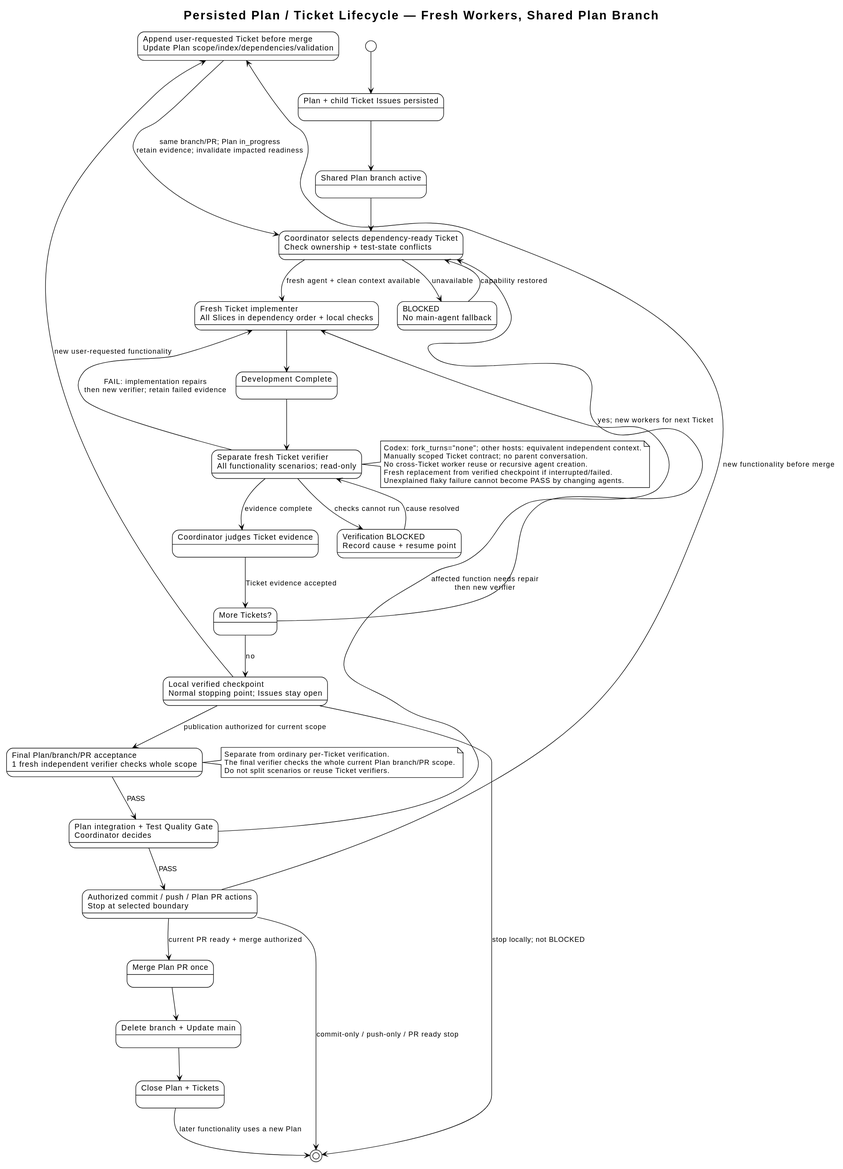
Above: docs/architecture/diagrams/ticket-lifecycle.svg in i-zrhe2016/codex-development-workflow (PlantUML), before the change.
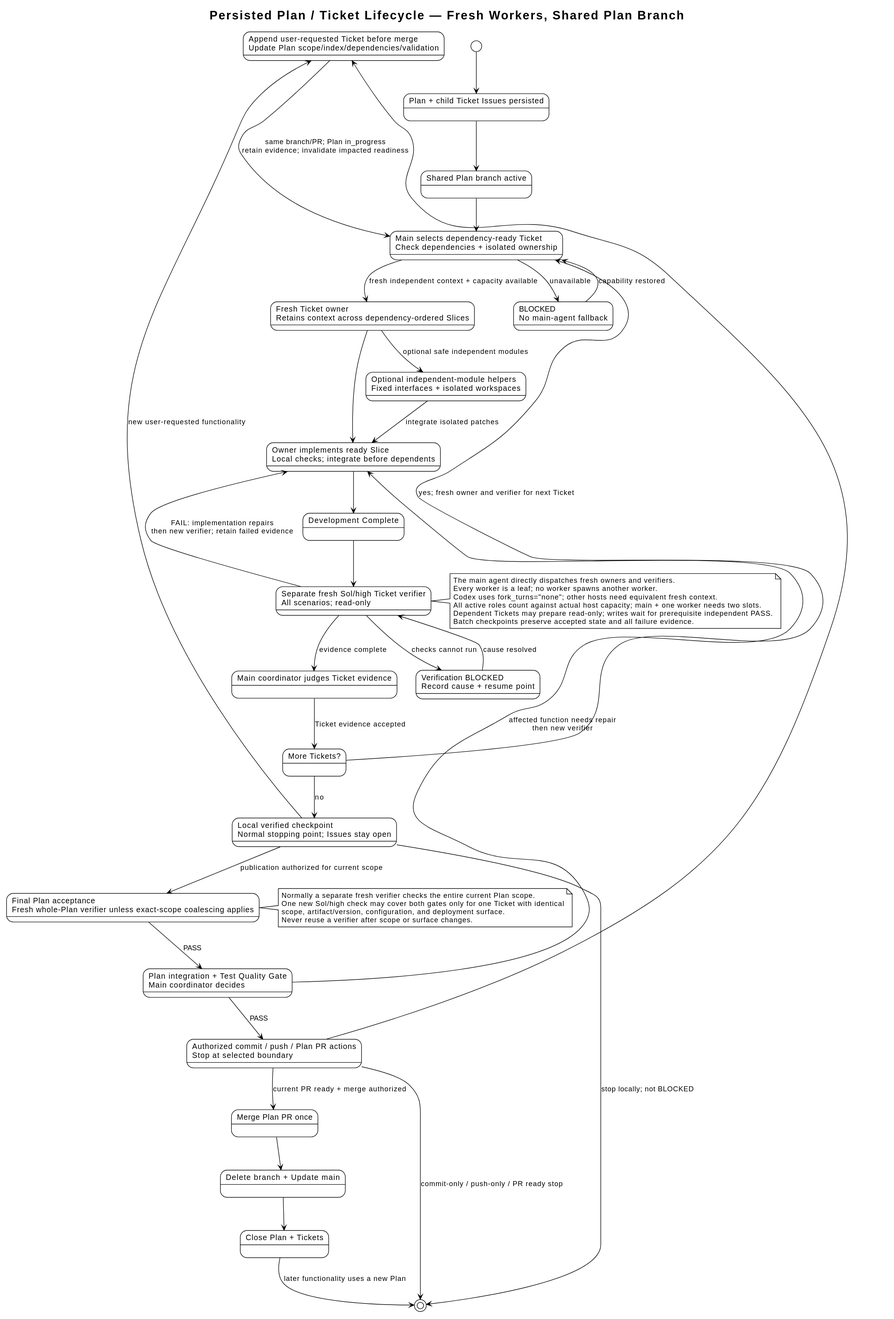
The same file after the commit.

The edit, as a diff of the source:
```diff
@@ -8,16 +8,18 @@
 
 state "Plan + child Ticket Issues persisted" as persisted
 state "Shared Plan branch active" as branch
-state "Coordinator selects dependency-ready Ticket\nCheck ownership + test-state conflicts" as select
-state "Fresh Ticket implementer\nAll Slices in dependency order + local checks" as implement
+state "Main selects dependency-ready Ticket\nCheck dependencies + isolated ownership" as select
+state "Fresh Ticket owner\nRetains context across dependency-ordered Slices" as ticket_owner
+state "Owner implements ready Slice\nLocal checks; integrate before dependents" as implement
+state "Optional independent-module helpers\nFixed interfaces + isolated workspaces" as module_helpers
 state "Development Complete" as developed
-state "Separate fresh Ticket verifier\nAll functionality scenarios; read-only" as verify
-state "Coordinator judges Ticket evidence" as accepted
+state "Separate fresh Sol/high Ticket verifier\nAll scenarios; read-only" as verify
+state "Main coordinator judges Ticket evidence" as accepted
 state "More Tickets?" as more
 state "Local verified checkpoint\nNormal stopping point; Issues stay open" as local
 state "Append user-requested Ticket before merge\nUpdate Plan scope/index/dependencies/validation" as expand
-state "Final Plan/branch/PR acceptance\n1 fresh independent verifier checks whole scope" as final_verify
-state "Plan integration + Test Quality Gate\nCoordinator decides" as gate
+state "Final Plan acceptance\nFresh whole-Plan verifier unless exact-scope coalescing applies" as final_verify
+state "Plan integration + Test Quality Gate\nMain coordinator decides" as gate
 state "Authorized commit / push / Plan PR actions\nStop at selected boundary" as publish
 state "Merge Plan PR once" as merge
 state "Delete branch + Update main" as cleanup
@@ -28,9 +30,12 @@
 [*] --> persisted
 persisted -down-> branch
 branch -down-> select
-select -down-> implement : fresh agent + clean context available
+select -down-> ticket_owner : fresh independent context + capacity available
 select --> blocked : unavailable
 blocked -[norank]-> select : capability restored
+ticket_owner -down-> implement
+ticket_owner --> module_helpers : optional safe independent modules
+module_helpers --> implement : integrate isolated patches
 implement -down-> developed
 developed -down-> verify
 verify --> verify_blocked : checks cannot run
@@ -38,11 +43,11 @@
 verify -down-> accepted : evidence complete
 verify -[norank]-> implement : FAIL: implementation repairs\nthen new verifier; retain failed evidence
 accepted -down-> more : Ticket evidence accepted
-more -[norank]-> select : yes; new workers for next Ticket
+more -[norank]-> select : yes; fresh owner and verifier for next Ticket
 more -down-> local : no
 local --> [*] : stop locally; not BLOCKED
 local -[norank]-> expand : new user-requested functionality
-publish -[norank]-> expand : new functionality before merge
+publish -[norank]-> expand
 expand -[norank]-> select : same branch/PR; Plan in_progress\nretain evidence; invalidate impacted readiness
 local -down-> final_verify : publication authorized for current scope
 final_verify -down-> gate : PASS
@@ -55,16 +60,18 @@
 done --> [*] : later functionality uses a new Plan
 
 note right of verify
-Codex: fork_turns="none"; other hosts: equivalent independent context.
-Manually scoped Ticket contract; no parent conversation.
-No cross-Ticket worker reuse or recursive agent creation.
-Fresh replacement from verified checkpoint if interrupted/failed.
-Unexplained flaky failure cannot become PASS by changing agents.
+The main agent directly dispatches fresh owners and verifiers.
+Every worker is a leaf; no worker spawns another worker.
+Codex uses fork_turns="none"; other hosts need equivalent fresh context.
+All active roles count against actual host capacity; main + one worker needs two slots.
+Dependent Tickets may prepare read-only; writes wait for prerequisite independent PASS.
+Batch checkpoints preserve accepted state and all failure evidence.
 end note
 
 note right of final_verify
-Separate from ordinary per-Ticket verification.
-The final verifier checks the whole current Plan branch/PR scope.
-Do not split scenarios or reuse Ticket verifiers.
+Normally a separate fresh verifier checks the entire current Plan scope.
+One new Sol/high check may cover both gates only for one Ticket with identical
+scope, artifact/version, configuration, and deployment surface.
+Never reuse a verifier after scope or surface changes.
 end note
 @enduml
```
